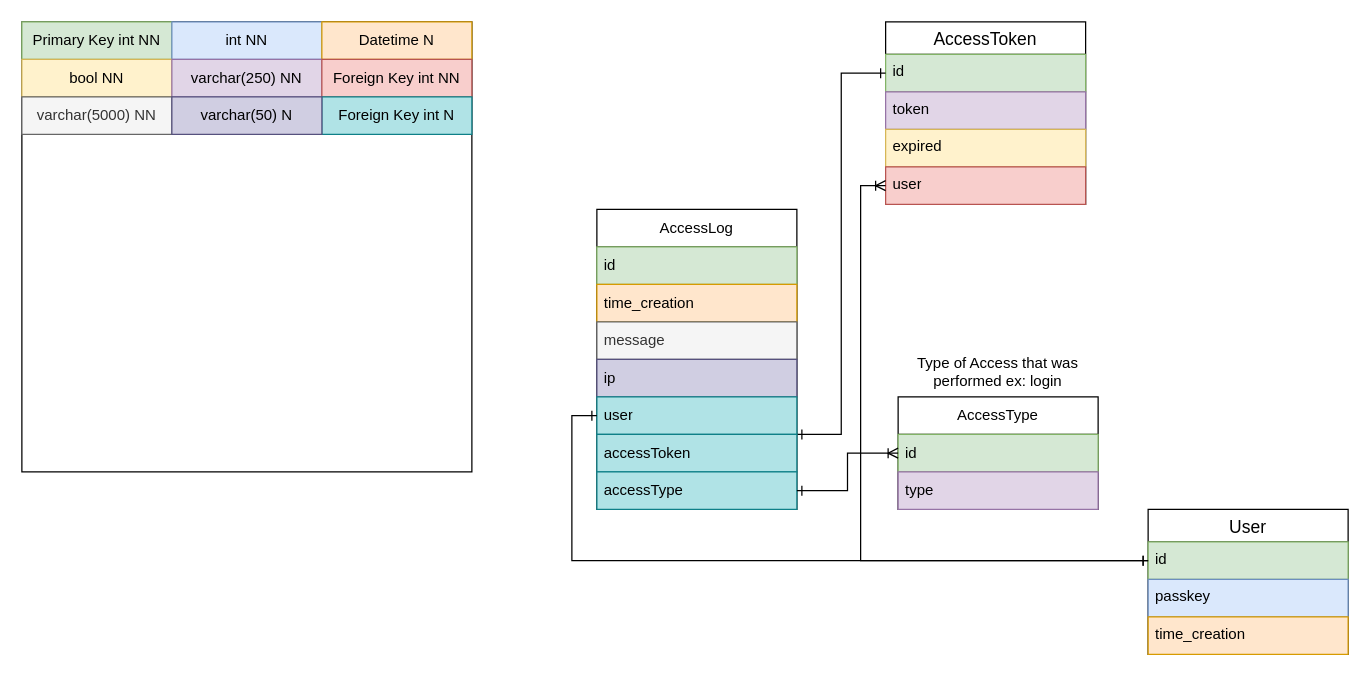
Earlier version of the draw.io diagram Authorization/DatabaseDiagram.drawio (ZeilingerAlexander/FileServer_NodeJS). Source tidied: cells renumbered, new cells numbered last; positions are measured from the earlier drawing's top-left corner, leaving out a move shared by most shapes. Both pictures are drawn from the tidied source at 125%, with x=0, y=0 at pixel (21, 21).
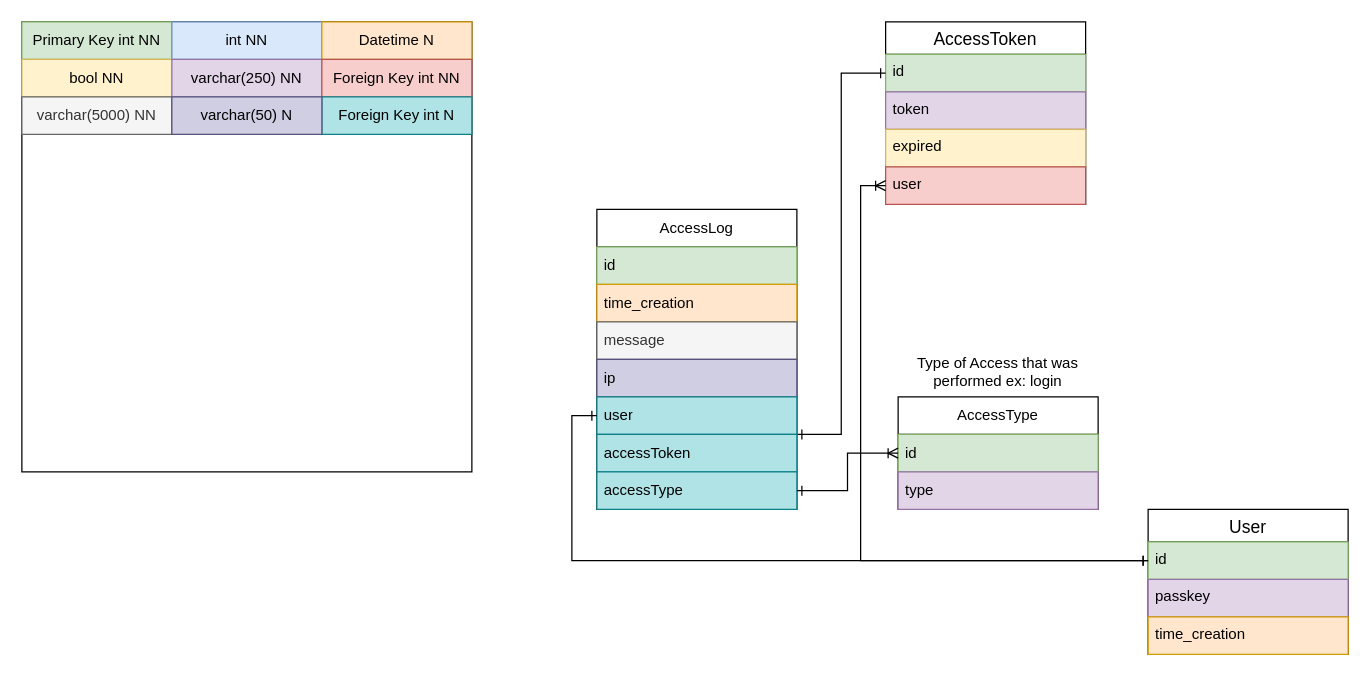
After the change.

The change refers to these unchanged cells:
```xml
<mxCell id="2" value="User" style="swimlane;fontStyle=0;horizontal=1;startSize=26;align=center;fontSize=14;" parent="1" vertex="1">
  <mxGeometry x="901" y="390" width="160" height="116" as="geometry" />
</mxCell>
```

Change to the diagram source:
```diff
@@
-    <mxCell id="4" value="passkey" style="text;strokeColor=#6c8ebf;fillColor=#dae8fc;spacingLeft=4;spacingRight=4;overflow=hidden;fontSize=12;whiteSpace=wrap;html=1;" parent="2" vertex="1">
+    <mxCell id="4" value="passkey" style="text;strokeColor=#9673a6;fillColor=#e1d5e7;spacingLeft=4;spacingRight=4;overflow=hidden;fontSize=12;whiteSpace=wrap;html=1;" parent="2" vertex="1">
       <mxGeometry y="56" width="160" height="30" as="geometry" />
     </mxCell>
```
